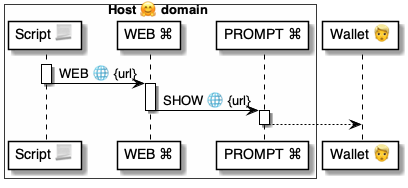
pollyweb-org/pollyweb-docs keeps this PlantUML diagram as 4 ⚙️ Solution/37 Scripts 📃/📃 Prompts 🤔/🤔 Input ✏️ prompts/WEB 🌐/🌐 WEB ⚙️ uml.png. Above is the earlier version. Its source is kept beside it as 4 ⚙️ Solution/37 Scripts 📃/📃 Prompts 🤔/🤔 Input ✏️ prompts/WEB 🌐/🌐 WEB ⚙️ uml.puml. The source it was exported from:
```plantuml
@startuml WEB

box Host 🤗 domain #FFFFFD
    participant "Script 📃" as script
    participant "WEB ⌘" as WEB
    participant "PROMPT ⌘" as PROMPT
end box
participant "Wallet 👱" as wallet


activate script
    script -> WEB: WEB 🌐 {url}
deactivate script

activate WEB
    WEB -> PROMPT: SHOW 🌐 {url}
deactivate WEB

activate PROMPT
    PROMPT --> wallet:
deactivate PROMPT




@enduml
```
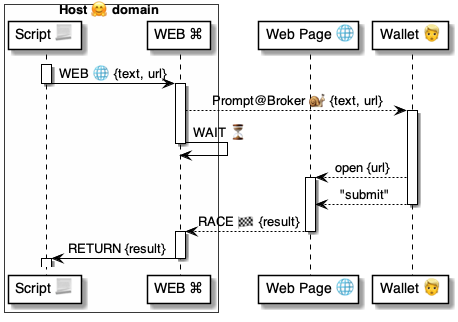
After the change.

Diff of the diagram source:
```diff
@@ -3,23 +3,34 @@
 box Host 🤗 domain #FFFFFD
     participant "Script 📃" as script
     participant "WEB ⌘" as WEB
-    participant "PROMPT ⌘" as PROMPT
 end box
+participant "Web Page 🌐" as page
 participant "Wallet 👱" as wallet
 
 
 activate script
-    script -> WEB: WEB 🌐 {url}
+    script -> WEB: WEB 🌐 {text, url}
 deactivate script
 
 activate WEB
-    WEB -> PROMPT: SHOW 🌐 {url}
+    WEB --> wallet: Prompt@Broker 🐌 {text, url}
+activate wallet
+    WEB -> WEB: WAIT ⏳
 deactivate WEB
 
-activate PROMPT
-    PROMPT --> wallet:
-deactivate PROMPT
 
+    wallet --> page: open {url}
+activate page
+    wallet --> page: "submit"
+deactivate wallet
+    page --> WEB: RACE 🏁 {result}
+deactivate page
+
+activate WEB
+    WEB -> script: RETURN {result}
+deactivate WEB
+
+activate script
 
 
 
```
